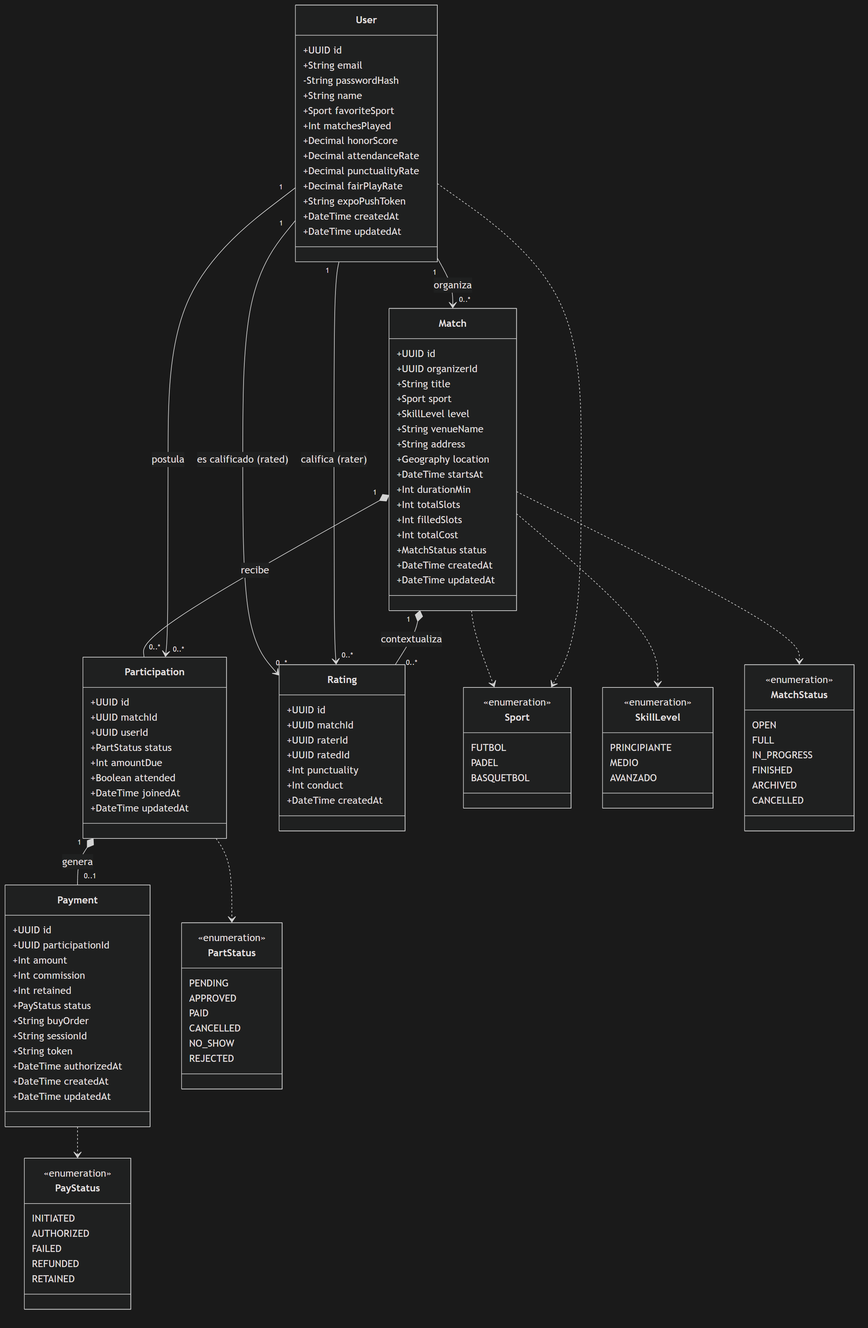
Earlier version of the Mermaid export fase-2-desarrollo/docs/diagramas/clases-dominio.png (avenaaaa/KANCHA). Its source is kept beside it as fase-2-desarrollo/docs/diagramas/clases-dominio.mmd.
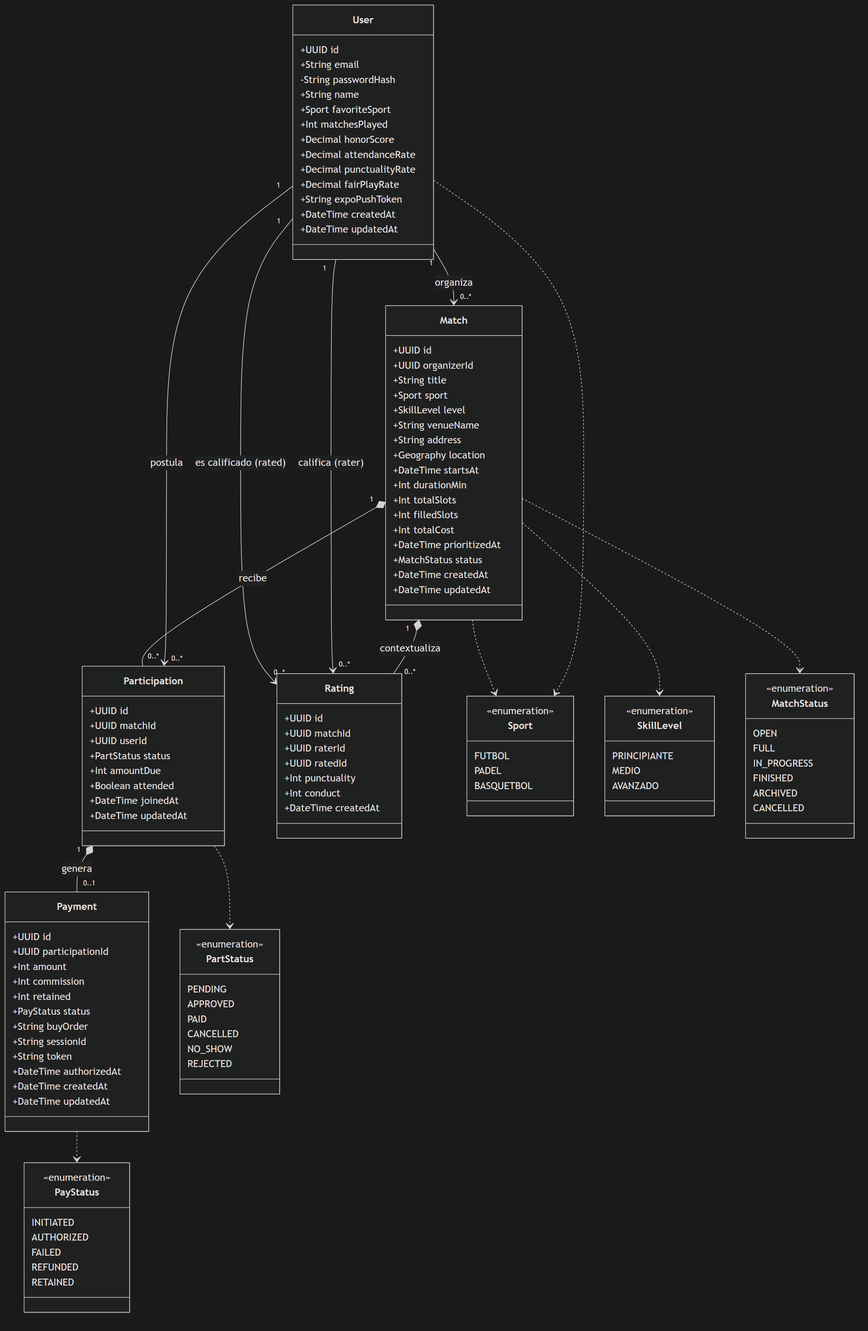
After the change.

What changed in the source:
```diff
@@ -31,6 +31,7 @@
         +Int totalSlots
         +Int filledSlots
         +Int totalCost
+        +DateTime prioritizedAt
         +MatchStatus status
         +DateTime createdAt
         +DateTime updatedAt
```
